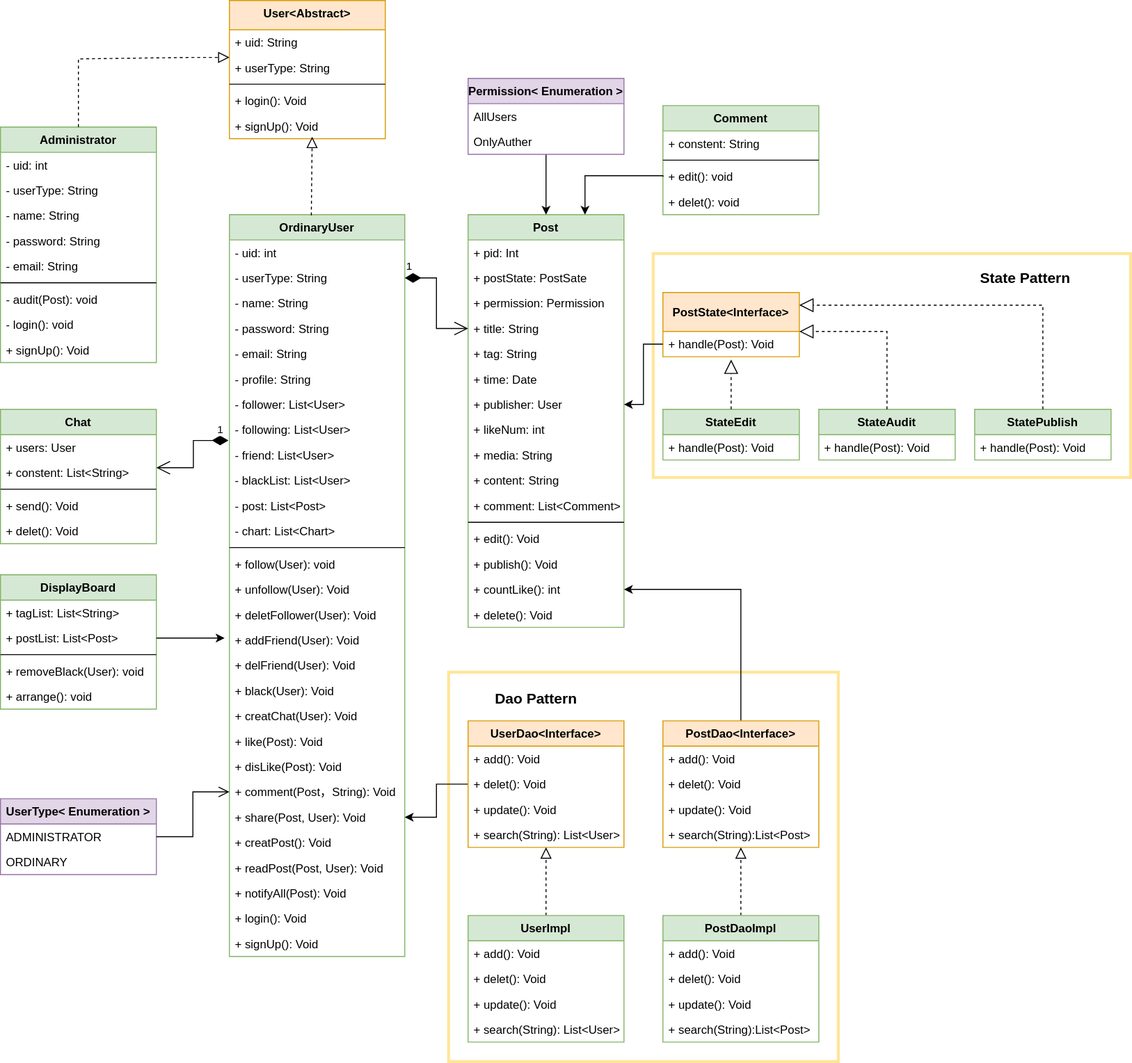
Earlier version of the draw.io export Untitled Diagram.drawio.svg (liuqihan/UML). Source tidied: cells renumbered, new cells last; positions are measured from the earlier drawing's top-left corner, leaving out a move shared by most shapes.
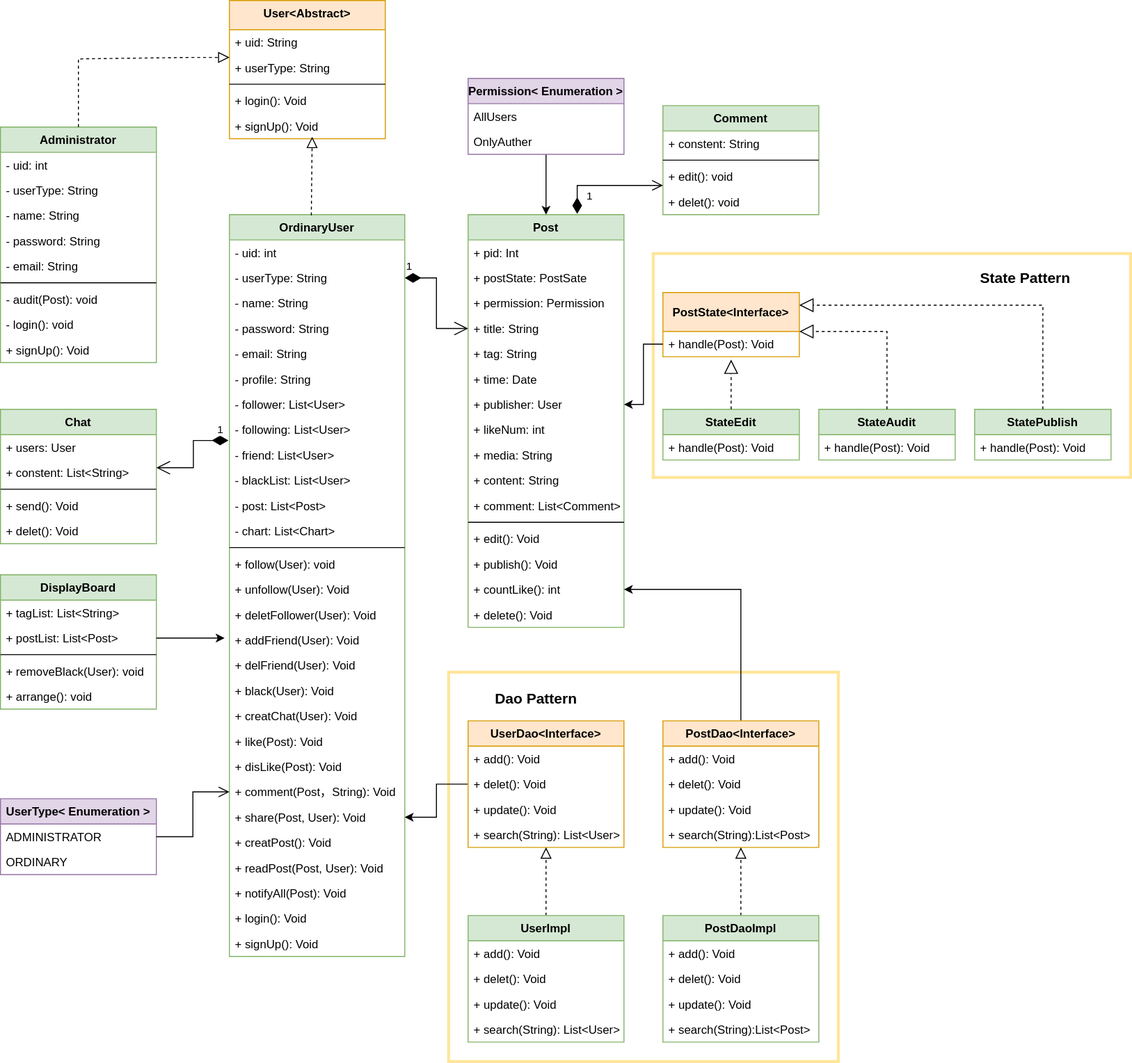
After the change.

Change to the diagram source:
```diff
@@ -285,14 +285,6 @@
     <mxCell id="90" value="+ delet(): void" style="text;align=left;verticalAlign=top;spacingLeft=4;spacingRight=4;overflow=hidden;" parent="86" vertex="1">
       <mxGeometry y="86" width="160" height="26" as="geometry" />
     </mxCell>
-    <mxCell id="91" style="edgeStyle=orthogonalEdgeStyle;rounded=0;jettySize=auto;html=1;entryX=0.75;entryY=0;entryDx=0;entryDy=0;exitX=0;exitY=0.5;exitDx=0;exitDy=0;" parent="1" edge="1" source="89" target="50">
-      <mxGeometry relative="1" as="geometry">
-        <Array as="points">
-          <mxPoint x="680" y="180" />
-          <mxPoint x="600" y="180" />
-        </Array>
-      </mxGeometry>
-    </mxCell>
     <mxCell id="92" value="Chat" style="swimlane;fontStyle=1;align=center;verticalAlign=top;horizontal=1;startSize=26;fillColor=#d5e8d4;strokeColor=#82b366;" parent="1" vertex="1">
       <mxGeometry y="420" width="160" height="138" as="geometry" />
     </mxCell>
@@ -434,5 +426,13 @@
         </Array>
       </mxGeometry>
     </mxCell>
+    <mxCell id="136" value="1" style="endArrow=open;html=1;endSize=9;startArrow=diamondThin;startSize=14;startFill=1;edgeStyle=orthogonalEdgeStyle;align=left;verticalAlign=bottom;rounded=0;exitX=0.7;exitY=-0.002;exitDx=0;exitDy=0;exitPerimeter=0;" parent="1" edge="1" source="50">
+      <mxGeometry x="-0.84" y="-8" relative="1" as="geometry">
+        <mxPoint x="680" y="190" as="targetPoint" />
+        <Array as="points">
+          <mxPoint x="592" y="190" />
+        </Array>
+      </mxGeometry>
+    </mxCell>
   </root>
 </mxGraphModel>
```
